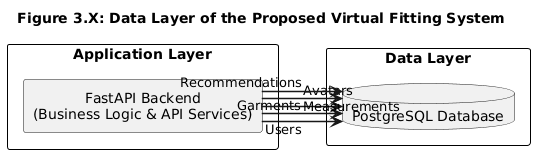
The PlantUML diagram docs/uml-diagrams/logical_design/system_architecture/data_layer.png in chris-macharia/SmartFit, before a commit.
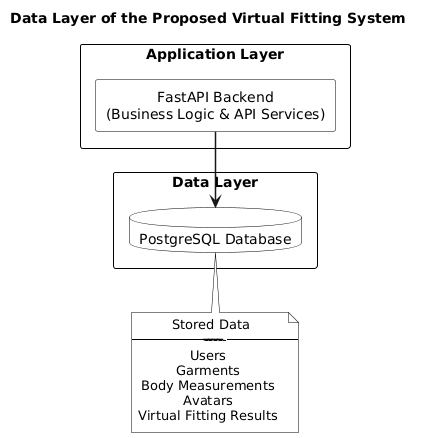
After the change.

Change to the diagram source:
```diff
@@ -1,7 +1,7 @@
 @startuml
-title Figure 3.X: Data Layer of the Proposed Virtual Fitting System
+title Data Layer of the Proposed Virtual Fitting System
 
-left to right direction
+top to bottom direction
 
 skinparam componentStyle rectangle
 skinparam packageStyle rectangle
@@ -13,14 +13,25 @@
 skinparam packageBorderColor Black
 skinparam packageBackgroundColor White
 
-skinparam nodesep 60
-skinparam ranksep 80
+skinparam componentBorderColor Black
+skinparam componentBackgroundColor White
+
+skinparam databaseBorderColor Black
+skinparam databaseBackgroundColor White
+
+skinparam noteBorderColor Black
+skinparam noteBackgroundColor White
+
+skinparam nodesep 50
+skinparam ranksep 60
+
 
 package "Application Layer" {
 
     component "FastAPI Backend\n(Business Logic & API Services)" as Backend
 
 }
+
 
 package "Data Layer" {
 
@@ -29,13 +40,16 @@
 }
 
 
-Backend --> DB : Users
+Backend --> DB
 
-Backend --> DB : Garments
 
-Backend --> DB : Measurements
-
-Backend --> DB : Avatars
-
-Backend --> DB : Recommendations
+note bottom of DB
+    Stored Data
+    -------------------------
+    Users
+    Garments
+    Body Measurements
+    Avatars
+    Virtual Fitting Results
+end note
 @enduml
```
